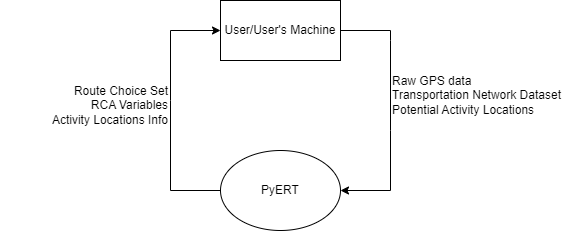
Before: docs/Rev1/SRS/updatedcontext.png, a diagram exported from draw.io (paezha/PyERT-BLACK). Source tidied: cells renumbered, new cells last; positions are measured from the earlier drawing's top-left corner, leaving out a move shared by most shapes.
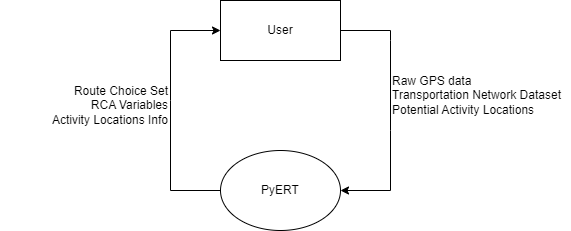
The same diagram one commit later.

Diff of the diagram source:
```diff
@@ -2,7 +2,7 @@
   <root>
     <mxCell id="0" />
     <mxCell id="1" parent="0" />
-    <mxCell id="2" value="User/User's Machine" style="rounded=0;whiteSpace=wrap;html=1;" parent="1" vertex="1">
+    <mxCell id="2" value="User" style="rounded=0;whiteSpace=wrap;html=1;" parent="1" vertex="1">
       <mxGeometry x="220" width="120" height="60" as="geometry" />
     </mxCell>
     <mxCell id="3" value="PyERT" style="ellipse;whiteSpace=wrap;html=1;" parent="1" vertex="1">
```
